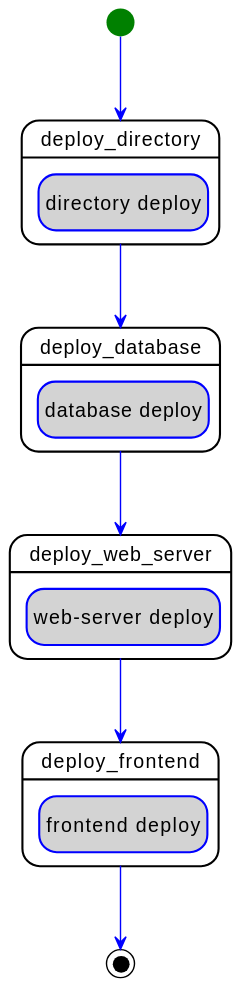
Above: examples/Khutulun/diagrams/uml2/Khutulun Hello World Example-parallel_deploy-workflow-diagram.svg in Orange-OpenSource/Cloudnet-TOSCA-toolbox (PlantUML), before the change.
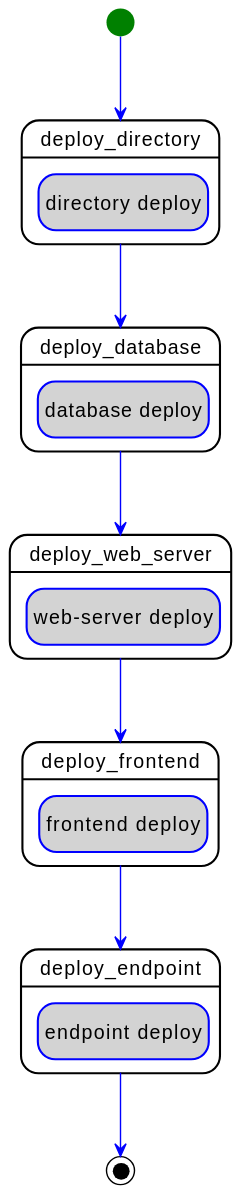
Later version of the same file.

Change to the diagram source:
```diff
@@ -16,6 +16,9 @@
 skinparam ActivityBarColor<<fork>> DarkGreen
 skinparam ActivityBarColor<<join>> DarkOrange
 
+state "deploy_endpoint" as step_parallel_deploy_deploy_endpoint << step >> {
+  state "endpoint deploy" as step_parallel_deploy_deploy_endpoint_endpoint_deploy << delegate >>
+}
 state "deploy_frontend" as step_parallel_deploy_deploy_frontend << step >> {
   state "frontend deploy" as step_parallel_deploy_deploy_frontend_frontend_deploy << delegate >>
 }
@@ -28,9 +31,10 @@
 state "deploy_directory" as step_parallel_deploy_deploy_directory << step >> {
   state "directory deploy" as step_parallel_deploy_deploy_directory_directory_deploy << delegate >>
 }
+step_parallel_deploy_deploy_frontend --> step_parallel_deploy_deploy_endpoint
 step_parallel_deploy_deploy_web_server --> step_parallel_deploy_deploy_frontend
 step_parallel_deploy_deploy_database --> step_parallel_deploy_deploy_web_server
 step_parallel_deploy_deploy_directory --> step_parallel_deploy_deploy_database
 [*] --> step_parallel_deploy_deploy_directory
-step_parallel_deploy_deploy_frontend --> [*]
+step_parallel_deploy_deploy_endpoint --> [*]
 @enduml
```
